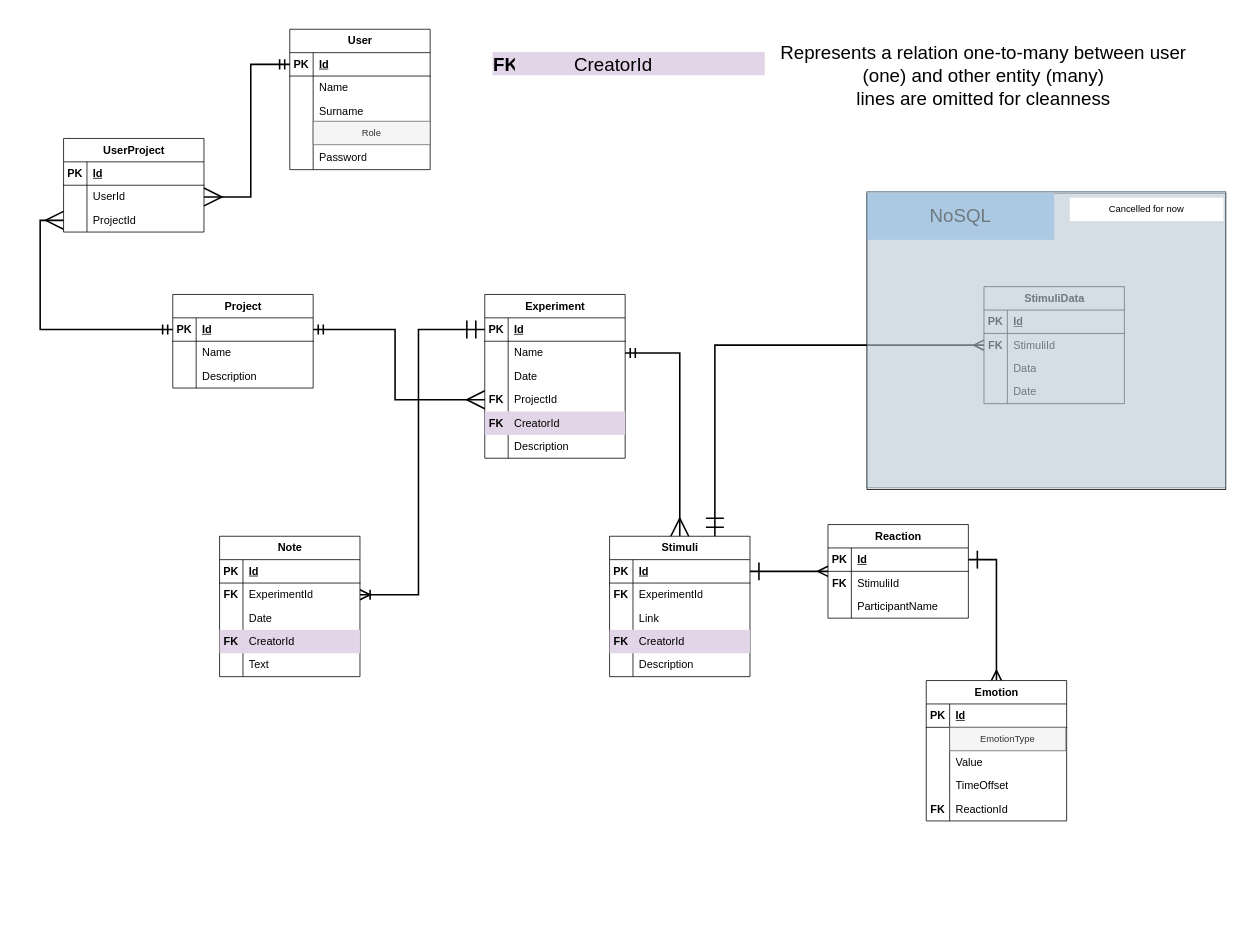
FaceAnalyzer/docs keeps this draw.io diagram as page "Class diagram" (1 of 3) of backend/backend_diagrams.drawio. Above is the earlier version. Source tidied: cells renumbered, new cells numbered last; positions are measured from the earlier drawing's top-left corner, leaving out a move shared by most shapes. Both pictures are drawn from the tidied source at 78%, with x=0, y=0 at pixel (63, 13).
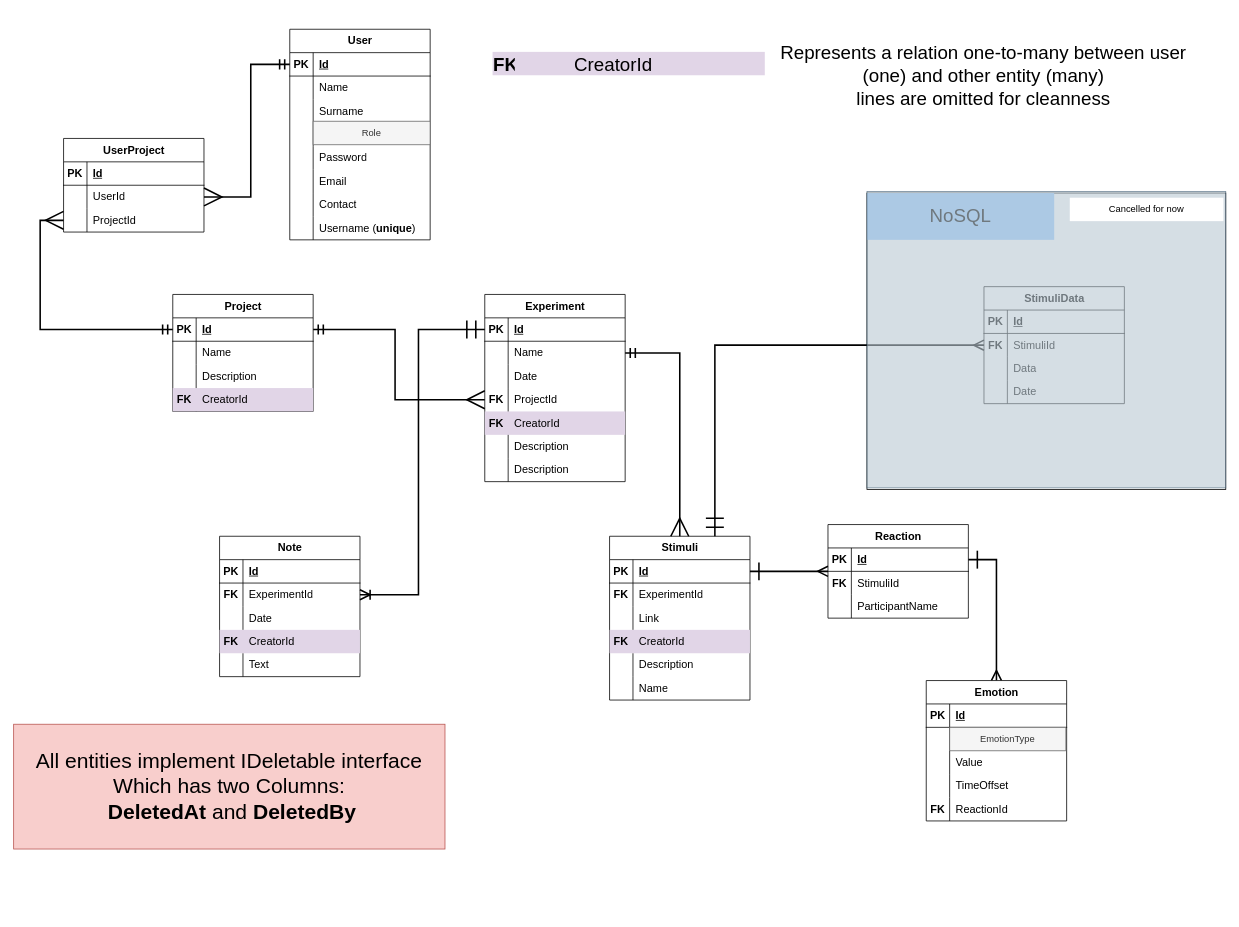
The same page after the edit.

What changed in the source:
```diff
@@
     <mxCell id="2" value="User" style="shape=table;startSize=30;childLayout=tableLayout;rowLines=0;fontStyle=1;align=center;html=1;fontSize=14;" parent="1" vertex="1">
-      <mxGeometry x="290" y="20" width="180" height="180" as="geometry" />
+      <mxGeometry x="290" y="20" width="180" height="270" as="geometry" />
     </mxCell>
@@
+    <mxCell id="147" style="shape=tableRow;horizontal=0;startSize=0;swimlaneHead=0;swimlaneBody=0;fillColor=none;top=0;left=0;right=0;bottom=0;fontSize=14;" parent="2" vertex="1">
+      <mxGeometry y="180" width="180" height="30" as="geometry" />
+    </mxCell>
+    <mxCell id="148" style="shape=partialRectangle;fillColor=none;top=0;left=0;bottom=0;right=0;overflow=hidden;whiteSpace=wrap;html=1;fontSize=14;" parent="147" vertex="1">
+      <mxGeometry width="30" height="30" as="geometry" />
+    </mxCell>
+    <mxCell id="149" value="Email" style="shape=partialRectangle;fillColor=none;top=0;left=0;bottom=0;right=0;align=left;spacingLeft=6;overflow=hidden;whiteSpace=wrap;html=1;fontSize=14;" parent="147" vertex="1">
+      <mxGeometry x="30" width="150" height="30" as="geometry" />
+    </mxCell>
+    <mxCell id="150" style="shape=tableRow;horizontal=0;startSize=0;swimlaneHead=0;swimlaneBody=0;fillColor=none;top=0;left=0;right=0;bottom=0;fontSize=14;" parent="2" vertex="1">
+      <mxGeometry y="210" width="180" height="30" as="geometry" />
+    </mxCell>
+    <mxCell id="151" style="shape=partialRectangle;fillColor=none;top=0;left=0;bottom=0;right=0;overflow=hidden;whiteSpace=wrap;html=1;fontSize=14;" parent="150" vertex="1">
+      <mxGeometry width="30" height="30" as="geometry" />
+    </mxCell>
+    <mxCell id="152" value="Contact" style="shape=partialRectangle;fillColor=none;top=0;left=0;bottom=0;right=0;align=left;spacingLeft=6;overflow=hidden;whiteSpace=wrap;html=1;fontSize=14;" parent="150" vertex="1">
+      <mxGeometry x="30" width="150" height="30" as="geometry" />
+    </mxCell>
+    <mxCell id="153" style="shape=tableRow;horizontal=0;startSize=0;swimlaneHead=0;swimlaneBody=0;fillColor=none;top=0;left=0;right=0;bottom=0;fontSize=14;" parent="2" vertex="1">
+      <mxGeometry y="240" width="180" height="30" as="geometry" />
+    </mxCell>
+    <mxCell id="154" style="shape=partialRectangle;fillColor=none;top=0;left=0;bottom=0;right=0;overflow=hidden;whiteSpace=wrap;html=1;fontSize=14;" parent="153" vertex="1">
+      <mxGeometry width="30" height="30" as="geometry" />
+    </mxCell>
+    <mxCell id="155" value="Username (&lt;b&gt;unique&lt;/b&gt;)" style="shape=partialRectangle;fillColor=none;top=0;left=0;bottom=0;right=0;align=left;spacingLeft=6;overflow=hidden;whiteSpace=wrap;html=1;fontSize=14;" parent="153" vertex="1">
+      <mxGeometry x="30" width="150" height="30" as="geometry" />
+    </mxCell>
     <mxCell id="18" value="Project" style="shape=table;startSize=30;childLayout=tableLayout;rowLines=0;fontStyle=1;align=center;html=1;fontSize=14;" parent="1" vertex="1">
-      <mxGeometry x="140" y="360" width="180" height="120" as="geometry" />
+      <mxGeometry x="140" y="360" width="180" height="150" as="geometry" />
     </mxCell>
@@
+    <mxCell id="156" style="shape=tableRow;horizontal=0;startSize=0;swimlaneHead=0;swimlaneBody=0;fillColor=#e1d5e7;top=0;left=0;right=0;bottom=0;fontSize=14;strokeColor=#9673a6;" parent="18" vertex="1">
+      <mxGeometry y="120" width="180" height="30" as="geometry" />
+    </mxCell>
+    <mxCell id="157" value="&lt;b&gt;FK&lt;/b&gt;" style="shape=partialRectangle;fillColor=none;top=0;left=0;bottom=0;right=0;overflow=hidden;whiteSpace=wrap;html=1;fontSize=14;" parent="156" vertex="1">
+      <mxGeometry width="30" height="30" as="geometry" />
+    </mxCell>
+    <mxCell id="158" value="CreatorId" style="shape=partialRectangle;fillColor=none;top=0;left=0;bottom=0;right=0;align=left;spacingLeft=6;overflow=hidden;whiteSpace=wrap;html=1;fontSize=14;" parent="156" vertex="1">
+      <mxGeometry x="30" width="150" height="30" as="geometry" />
+    </mxCell>
     <mxCell id="28" value="Experiment" style="shape=table;startSize=30;childLayout=tableLayout;rowLines=0;fontStyle=1;align=center;html=1;fontSize=14;" parent="1" vertex="1">
-      <mxGeometry x="540" y="360" width="180" height="210" as="geometry" />
+      <mxGeometry x="540" y="360" width="180" height="240" as="geometry" />
     </mxCell>
@@
+    <mxCell id="159" style="shape=tableRow;horizontal=0;startSize=0;swimlaneHead=0;swimlaneBody=0;fillColor=none;top=0;left=0;right=0;bottom=0;fontSize=14;" parent="28" vertex="1">
+      <mxGeometry y="210" width="180" height="30" as="geometry" />
+    </mxCell>
+    <mxCell id="160" style="shape=partialRectangle;fillColor=none;top=0;left=0;bottom=0;right=0;overflow=hidden;whiteSpace=wrap;html=1;fontSize=14;" parent="159" vertex="1">
+      <mxGeometry width="30" height="30" as="geometry" />
+    </mxCell>
+    <mxCell id="161" value="Description" style="shape=partialRectangle;fillColor=none;top=0;left=0;bottom=0;right=0;align=left;spacingLeft=6;overflow=hidden;whiteSpace=wrap;html=1;fontSize=14;" parent="159" vertex="1">
+      <mxGeometry x="30" width="150" height="30" as="geometry" />
+    </mxCell>
@@
     <mxCell id="63" value="Stimuli" style="shape=table;startSize=30;childLayout=tableLayout;rowLines=0;fontStyle=1;align=center;html=1;fontSize=14;" parent="1" vertex="1">
-      <mxGeometry x="700" y="670" width="180" height="180" as="geometry" />
+      <mxGeometry x="700" y="670" width="180" height="210" as="geometry" />
     </mxCell>
@@
+    <mxCell id="162" style="shape=tableRow;horizontal=0;startSize=0;swimlaneHead=0;swimlaneBody=0;fillColor=none;top=0;left=0;right=0;bottom=0;fontSize=14;" parent="63" vertex="1">
+      <mxGeometry y="180" width="180" height="30" as="geometry" />
+    </mxCell>
+    <mxCell id="163" style="shape=partialRectangle;fillColor=none;top=0;left=0;bottom=0;right=0;overflow=hidden;whiteSpace=wrap;html=1;fontSize=14;" parent="162" vertex="1">
+      <mxGeometry width="30" height="30" as="geometry" />
+    </mxCell>
+    <mxCell id="164" value="Name" style="shape=partialRectangle;fillColor=none;top=0;left=0;bottom=0;right=0;align=left;spacingLeft=6;overflow=hidden;whiteSpace=wrap;html=1;fontSize=14;" parent="162" vertex="1">
+      <mxGeometry x="30" width="150" height="30" as="geometry" />
+    </mxCell>
@@
+    <mxCell id="165" value="&lt;font style=&quot;&quot;&gt;&lt;font style=&quot;font-size: 27px;&quot;&gt;All entities implement IDeletable interface &lt;br&gt;Which has two Columns:&lt;br&gt;&amp;nbsp;&lt;b&gt;DeletedAt &lt;/b&gt;and &lt;b&gt;DeletedBy&lt;/b&gt;&lt;/font&gt;&lt;br&gt;&lt;/font&gt;" style="text;html=1;strokeColor=#b85450;fillColor=#f8cecc;align=center;verticalAlign=middle;whiteSpace=wrap;rounded=0;" parent="1" vertex="1">
+      <mxGeometry x="-64" y="911" width="553" height="160" as="geometry" />
+    </mxCell>
```
